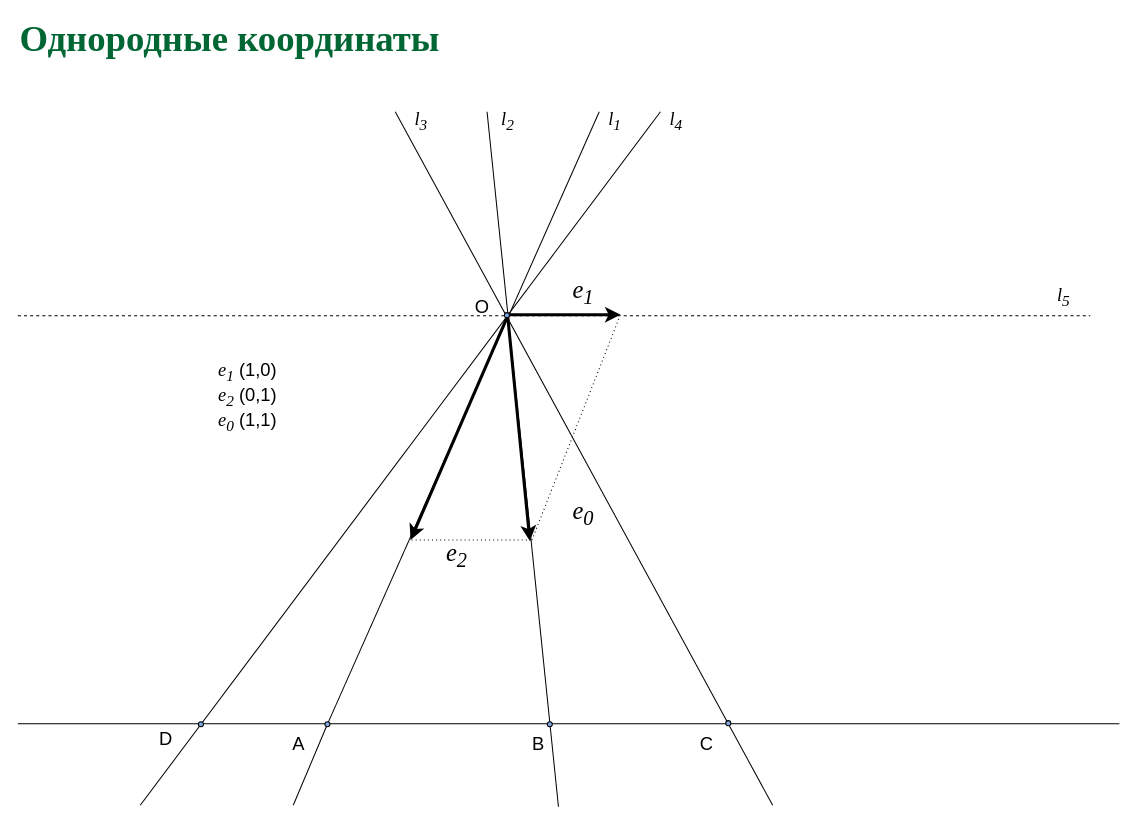
Before: page "p19" (25 of 31) of slides/proj.drawio in amcp-pit/geom_course, a draw.io diagram. Source tidied: cells renumbered, new cells numbered last; positions are measured from the earlier drawing's top-left corner, leaving out a move shared by most shapes. Both pictures are drawn from the tidied source at 102%, with x=0, y=0 at pixel (17, 29).
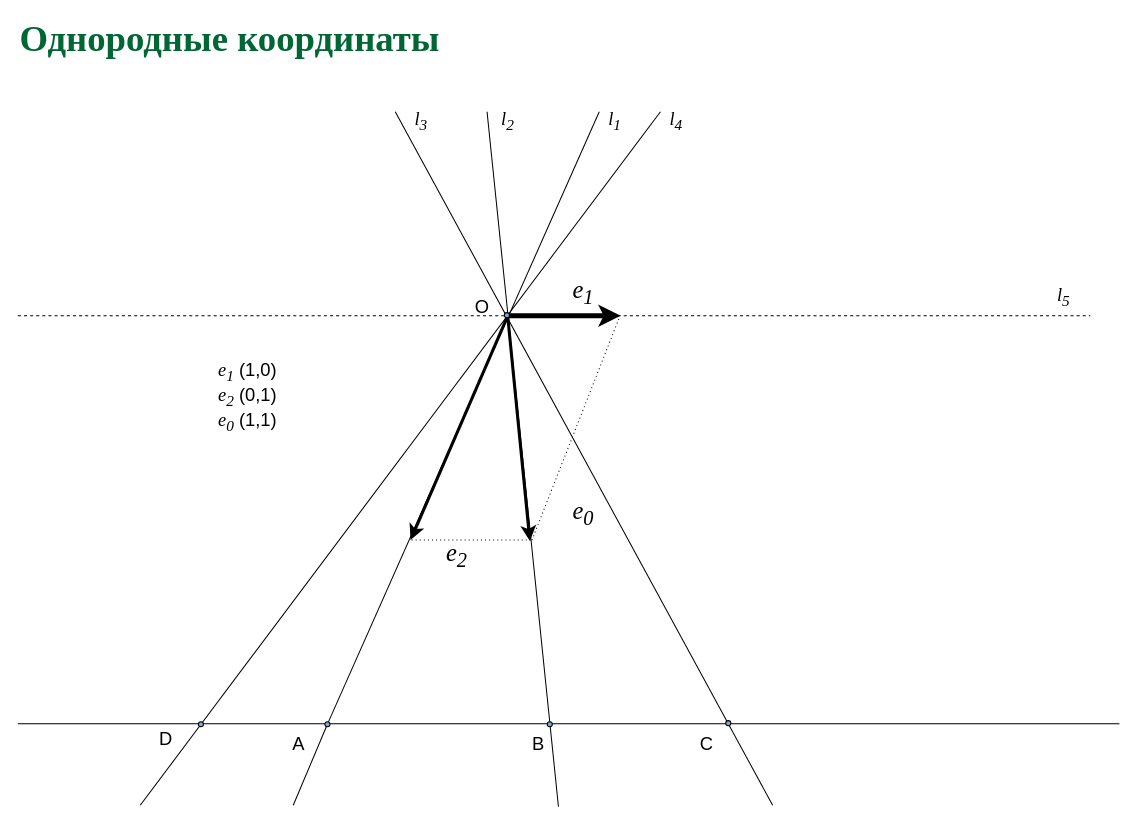
After the change.

Change to the diagram source:
```diff
@@
-    <mxCell id="4" style="endArrow=classic;html=1;exitX=0.5;exitY=0;exitDx=0;exitDy=0;strokeWidth=3;" parent="1" edge="1">
+    <mxCell id="4" style="endArrow=classic;html=1;exitX=0.5;exitY=0;exitDx=0;exitDy=0;strokeWidth=5;" parent="1" edge="1">
       <mxGeometry relative="1" as="geometry">
-        <mxPoint x="479.5" y="280" as="sourcePoint" />
-        <mxPoint x="591" y="280" as="targetPoint" />
+        <mxPoint x="479.5" y="281" as="sourcePoint" />
+        <mxPoint x="591" y="281" as="targetPoint" />
       </mxGeometry>
     </mxCell>
```
